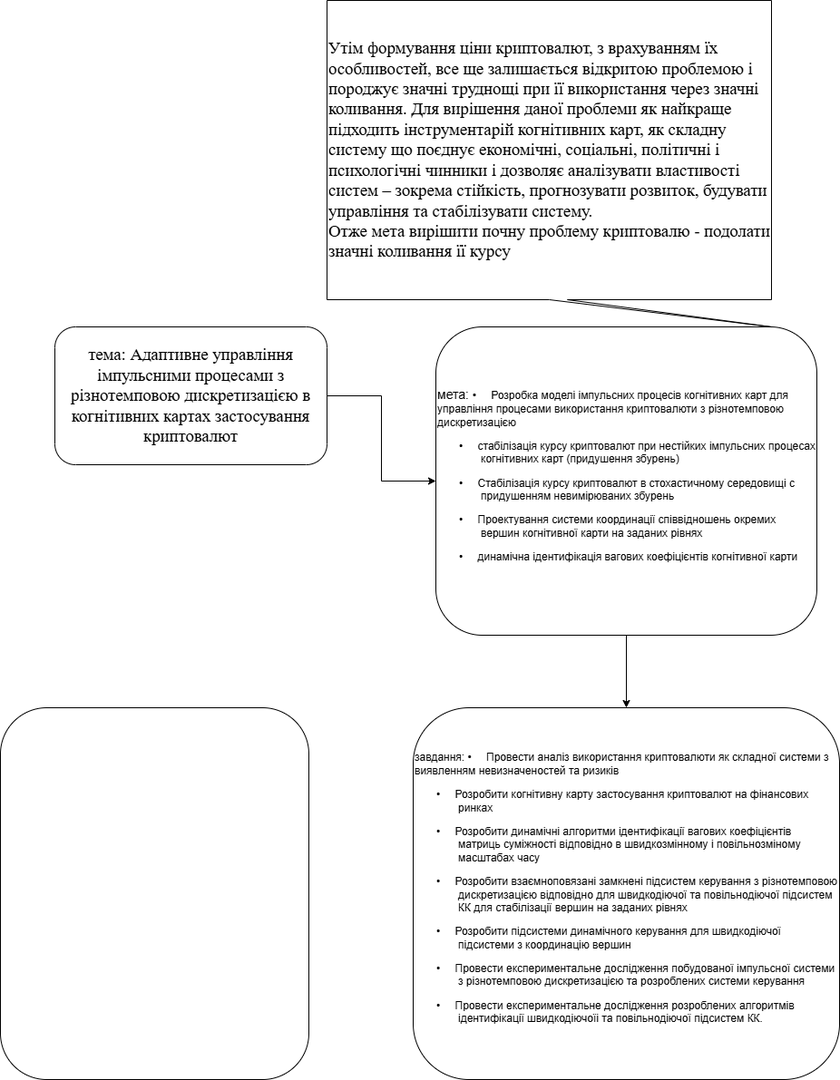
Before: diploma idea.drawio.png, a diagram exported from draw.io (GeorgKantsedal/bitcoin-research). Source tidied: cells renumbered, new cells last; positions are measured from the earlier drawing's top-left corner, leaving out a move shared by most shapes.
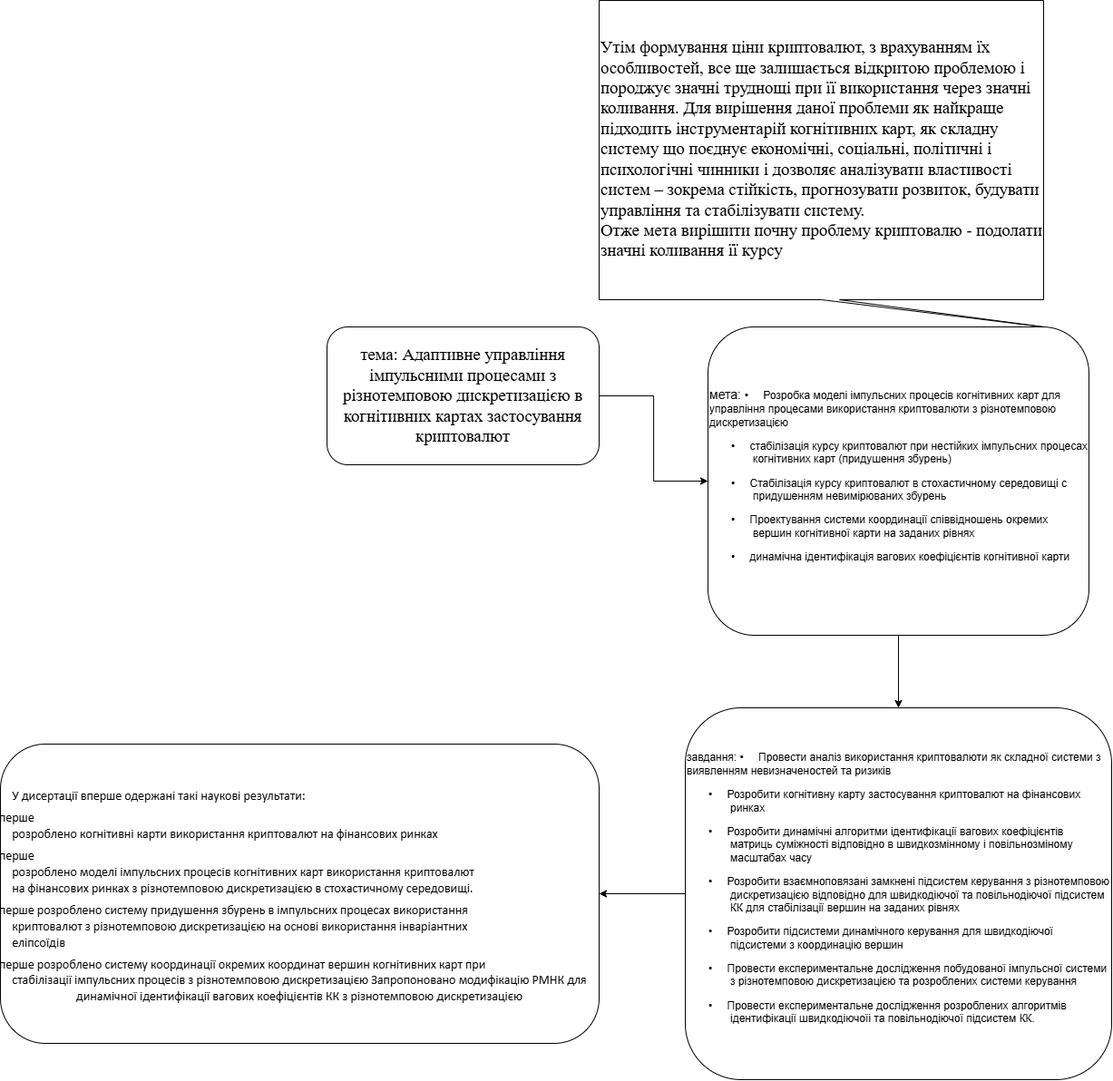
After the commit.

The edit, as a diff of the source:
```diff
@@ -17,11 +17,14 @@
     <mxCell id="6" value="&lt;span style=&quot;font-size:14.0pt;line-height:&lt;br/&gt;150%;font-family:&amp;quot;Times New Roman&amp;quot;,&amp;quot;serif&amp;quot;;mso-fareast-font-family:&amp;quot;Times New Roman&amp;quot;;&lt;br/&gt;mso-ansi-language:UK;mso-fareast-language:EN-US;mso-bidi-language:AR-SA&quot; lang=&quot;UK&quot;&gt;Утім формування ціни криптовалют, з врахуванням їх особливостей, все ще залишається відкритою проблемою і породжує значні труднощі при її використання через значні&lt;br&gt;коливання. Для вирішення даної проблеми як найкраще підходить інструментарій когнітивних карт, як складну систему що поєднує економічні, соціальні, політичні і психологічні чинники і дозволяє аналізувати властивості систем – зокрема стійкість, прогнозувати розвиток, будувати управління та стабілізувати систему.&amp;nbsp;&lt;/span&gt;&lt;div&gt;&lt;span style=&quot;font-size:14.0pt;line-height:&lt;br/&gt;150%;font-family:&amp;quot;Times New Roman&amp;quot;,&amp;quot;serif&amp;quot;;mso-fareast-font-family:&amp;quot;Times New Roman&amp;quot;;&lt;br/&gt;mso-ansi-language:UK;mso-fareast-language:EN-US;mso-bidi-language:AR-SA&quot; lang=&quot;UK&quot;&gt;Отже мета вирішити почну проблему криптовалю - подолати значні коливання її курсу&amp;nbsp;&lt;/span&gt;&lt;/div&gt;" style="shape=callout;whiteSpace=wrap;html=1;perimeter=calloutPerimeter;position2=1;align=left;" parent="1" vertex="1">
       <mxGeometry x="360" width="490" height="360" as="geometry" />
     </mxCell>
+    <mxCell id="9" style="edgeStyle=orthogonalEdgeStyle;rounded=0;jettySize=auto;html=1;exitX=0;exitY=0.5;exitDx=0;exitDy=0;entryX=1;entryY=0.5;entryDx=0;entryDy=0;" parent="1" edge="1" source="7" target="8">
+      <mxGeometry relative="1" as="geometry" />
+    </mxCell>
     <mxCell id="7" value="завдання:&amp;nbsp;&lt;span style=&quot;text-indent: -18pt; background-color: transparent; color: light-dark(rgb(0, 0, 0), rgb(255, 255, 255)); font-family: Arial, &amp;quot;sans-serif&amp;quot;;&quot;&gt;•&lt;span style=&quot;font-variant-numeric: normal; font-variant-east-asian: normal; font-variant-alternates: normal; font-size-adjust: none; font-kerning: auto; font-optical-sizing: auto; font-feature-settings: normal; font-variation-settings: normal; font-variant-position: normal; font-variant-emoji: normal; font-stretch: normal; font-size: 7pt; line-height: normal; font-family: &amp;quot;Times New Roman&amp;quot;;&quot;&gt;&amp;nbsp;&amp;nbsp;&amp;nbsp;&amp;nbsp;&amp;nbsp;&amp;nbsp; &lt;/span&gt;&lt;/span&gt;&lt;span style=&quot;text-indent: -18pt; background-color: transparent; color: light-dark(rgb(0, 0, 0), rgb(255, 255, 255));&quot; lang=&quot;UK&quot;&gt;Провести аналіз використання криптовалюти як складної системи з виявленням невизначеностей та ризиків&lt;/span&gt;&lt;p style=&quot;margin-left:36.0pt;text-indent:-18.0pt;mso-list:l0 level1 lfo1;&lt;br/&gt;tab-stops:list 36.0pt&quot; class=&quot;MsoNormal&quot;&gt;&lt;span style=&quot;font-family:&amp;quot;Arial&amp;quot;,&amp;quot;sans-serif&amp;quot;;&lt;br/&gt;mso-fareast-font-family:Arial;mso-ansi-language:RU&quot;&gt;•&lt;span style=&quot;font-variant-numeric: normal; font-variant-east-asian: normal; font-variant-alternates: normal; font-size-adjust: none; font-kerning: auto; font-optical-sizing: auto; font-feature-settings: normal; font-variation-settings: normal; font-variant-position: normal; font-variant-emoji: normal; font-stretch: normal; font-size: 7pt; line-height: normal; font-family: &amp;quot;Times New Roman&amp;quot;;&quot;&gt;&amp;nbsp;&amp;nbsp;&amp;nbsp;&amp;nbsp;&amp;nbsp;&amp;nbsp; &lt;/span&gt;&lt;/span&gt;&lt;span lang=&quot;UK&quot;&gt;Розробити когнітивну карту застосування криптовалют на фінансових&lt;br&gt;ринках&lt;/span&gt;&lt;/p&gt;&lt;p style=&quot;margin-left:36.0pt;text-indent:-18.0pt;mso-list:l0 level1 lfo1;&lt;br/&gt;tab-stops:list 36.0pt&quot; class=&quot;MsoNormal&quot;&gt;&lt;span style=&quot;font-family:&amp;quot;Arial&amp;quot;,&amp;quot;sans-serif&amp;quot;;&lt;br/&gt;mso-fareast-font-family:Arial;mso-ansi-language:RU&quot;&gt;•&lt;span style=&quot;font-variant-numeric: normal; font-variant-east-asian: normal; font-variant-alternates: normal; font-size-adjust: none; font-kerning: auto; font-optical-sizing: auto; font-feature-settings: normal; font-variation-settings: normal; font-variant-position: normal; font-variant-emoji: normal; font-stretch: normal; font-size: 7pt; line-height: normal; font-family: &amp;quot;Times New Roman&amp;quot;;&quot;&gt;&amp;nbsp;&amp;nbsp;&amp;nbsp;&amp;nbsp;&amp;nbsp;&amp;nbsp; &lt;/span&gt;&lt;/span&gt;&lt;span lang=&quot;UK&quot;&gt;Розробити динамічні алгоритми ідентифікації вагових коефіцієнтів&lt;br&gt;матриць суміжності відповідно в швидкозмінному і повільнозміному масштабах часу&lt;/span&gt;&lt;/p&gt;&lt;p style=&quot;margin-left:36.0pt;text-indent:-18.0pt;mso-list:l0 level1 lfo1;&lt;br/&gt;tab-stops:list 36.0pt&quot; class=&quot;MsoNormal&quot;&gt;&lt;span style=&quot;font-family:&amp;quot;Arial&amp;quot;,&amp;quot;sans-serif&amp;quot;;&lt;br/&gt;mso-fareast-font-family:Arial;mso-ansi-language:RU&quot;&gt;•&lt;span style=&quot;font-variant-numeric: normal; font-variant-east-asian: normal; font-variant-alternates: normal; font-size-adjust: none; font-kerning: auto; font-optical-sizing: auto; font-feature-settings: normal; font-variation-settings: normal; font-variant-position: normal; font-variant-emoji: normal; font-stretch: normal; font-size: 7pt; line-height: normal; font-family: &amp;quot;Times New Roman&amp;quot;;&quot;&gt;&amp;nbsp;&amp;nbsp;&amp;nbsp;&amp;nbsp;&amp;nbsp;&amp;nbsp; &lt;/span&gt;&lt;/span&gt;&lt;span lang=&quot;UK&quot;&gt;Розробити взаємноповязані замкнені підсистем керування з різнотемповою дискретизацією відповідно для швидкодіючої та повільнодіючої підсистем КК для стабілізації вершин на заданих рівнях&lt;/span&gt;&lt;/p&gt;&lt;p style=&quot;margin-left:36.0pt;text-indent:-18.0pt;mso-list:l0 level1 lfo1;&lt;br/&gt;tab-stops:list 36.0pt&quot; class=&quot;MsoNormal&quot;&gt;&lt;span style=&quot;font-family:&amp;quot;Arial&amp;quot;,&amp;quot;sans-serif&amp;quot;;&lt;br/&gt;mso-fareast-font-family:Arial;mso-ansi-language:RU&quot;&gt;•&lt;span style=&quot;font-variant-numeric: normal; font-variant-east-asian: normal; font-variant-alternates: normal; font-size-adjust: none; font-kerning: auto; font-optical-sizing: auto; font-feature-settings: normal; font-variation-settings: normal; font-variant-position: normal; font-variant-emoji: normal; font-stretch: normal; font-size: 7pt; line-height: normal; font-family: &amp;quot;Times New Roman&amp;quot;;&quot;&gt;&amp;nbsp;&amp;nbsp;&amp;nbsp;&amp;nbsp;&amp;nbsp;&amp;nbsp; &lt;/span&gt;&lt;/span&gt;&lt;span lang=&quot;UK&quot;&gt;Розробити підсистеми динамічного керування для швидкодіючої підсистеми з координацію вершин&lt;/span&gt;&lt;/p&gt;&lt;p style=&quot;margin-left:36.0pt;text-indent:-18.0pt;mso-list:l0 level1 lfo1;&lt;br/&gt;tab-stops:list 36.0pt&quot; class=&quot;MsoNormal&quot;&gt;&lt;span style=&quot;font-family:&amp;quot;Arial&amp;quot;,&amp;quot;sans-serif&amp;quot;;&lt;br/&gt;mso-fareast-font-family:Arial;mso-ansi-language:RU&quot;&gt;•&lt;span style=&quot;font-variant-numeric: normal; font-variant-east-asian: normal; font-variant-alternates: normal; font-size-adjust: none; font-kerning: auto; font-optical-sizing: auto; font-feature-settings: normal; font-variation-settings: normal; font-variant-position: normal; font-variant-emoji: normal; font-stretch: normal; font-size: 7pt; line-height: normal; font-family: &amp;quot;Times New Roman&amp;quot;;&quot;&gt;&amp;nbsp;&amp;nbsp;&amp;nbsp;&amp;nbsp;&amp;nbsp;&amp;nbsp; &lt;/span&gt;&lt;/span&gt;&lt;span lang=&quot;UK&quot;&gt;Провести експериментальне дослідження побудованої імпульсної системи з різнотемповою дискретизацією та розроблених системи керування&lt;/span&gt;&lt;/p&gt;&lt;p style=&quot;margin-left:36.0pt;text-indent:-18.0pt;mso-list:l0 level1 lfo1;&lt;br/&gt;tab-stops:list 36.0pt&quot; class=&quot;MsoNormal&quot;&gt;&lt;span style=&quot;font-family:&amp;quot;Arial&amp;quot;,&amp;quot;sans-serif&amp;quot;;&lt;br/&gt;mso-fareast-font-family:Arial;mso-ansi-language:RU&quot;&gt;•&lt;span style=&quot;font-variant-numeric: normal; font-variant-east-asian: normal; font-variant-alternates: normal; font-size-adjust: none; font-kerning: auto; font-optical-sizing: auto; font-feature-settings: normal; font-variation-settings: normal; font-variant-position: normal; font-variant-emoji: normal; font-stretch: normal; font-size: 7pt; line-height: normal; font-family: &amp;quot;Times New Roman&amp;quot;;&quot;&gt;&amp;nbsp;&amp;nbsp;&amp;nbsp;&amp;nbsp;&amp;nbsp;&amp;nbsp; &lt;/span&gt;&lt;/span&gt;&lt;span lang=&quot;UK&quot;&gt;Провести експериментальне дослідження розроблених алгоритмів&lt;br&gt;ідентифікації швидкодіючоїі та повільнодіючої підсистем КК.&lt;/span&gt;&lt;/p&gt;" style="rounded=1;whiteSpace=wrap;html=1;align=left;" parent="1" vertex="1">
       <mxGeometry x="455" y="780" width="470" height="410" as="geometry" />
     </mxCell>
-    <mxCell id="8" style="rounded=1;whiteSpace=wrap;html=1;" parent="1" vertex="1">
-      <mxGeometry y="780" width="340" height="410" as="geometry" />
+    <mxCell id="8" value="&lt;p style=&quot;language:ru;margin-top:5.28pt;margin-bottom:0pt;margin-left:0in;&lt;br/&gt;text-indent:0in;text-align:left;direction:ltr;unicode-bidi:embed;mso-line-break-override:&lt;br/&gt;none;word-break:normal;punctuation-wrap:hanging&quot;&gt;&lt;span style=&quot;font-family: Calibri;&quot;&gt;&lt;font style=&quot;color: light-dark(rgb(0, 0, 0), rgb(253, 253, 253)); font-size: 14px;&quot;&gt;У дисертації вперше одержані такі наукові результати:&amp;nbsp;&lt;/font&gt;&lt;/span&gt;&lt;/p&gt;&lt;div style=&quot;language:ru;margin-top:4.8pt;margin-bottom:0pt;margin-left:&lt;br/&gt;.81in;text-indent:-.31in;text-align:left;direction:ltr;unicode-bidi:embed;&lt;br/&gt;mso-line-break-override:none;word-break:normal;punctuation-wrap:hanging&quot; class=&quot;O1&quot;&gt;&lt;font style=&quot;color: light-dark(rgb(0, 0, 0), rgb(253, 253, 253)); font-size: 14px;&quot;&gt;&lt;span style=&quot;mso-special-format:bullet;font-family:&lt;br/&gt;Arial&quot;&gt;–&lt;/span&gt;&lt;span style=&quot;font-family: Calibri;&quot;&gt;Вперше&lt;br&gt;розроблено когнітивні карти використання криптовалют на фінансових ринках&lt;/span&gt;&lt;/font&gt;&lt;/div&gt;&lt;div style=&quot;language:ru;margin-top:4.8pt;margin-bottom:0pt;margin-left:&lt;br/&gt;.81in;text-indent:-.31in;text-align:left;direction:ltr;unicode-bidi:embed;&lt;br/&gt;mso-line-break-override:none;word-break:normal;punctuation-wrap:hanging&quot; class=&quot;O1&quot;&gt;&lt;font style=&quot;color: light-dark(rgb(0, 0, 0), rgb(253, 253, 253)); font-size: 14px;&quot;&gt;&lt;span style=&quot;mso-special-format:bullet;font-family:&lt;br/&gt;Arial&quot;&gt;–&lt;/span&gt;&lt;span style=&quot;font-family: Calibri;&quot;&gt;Вперше&lt;br&gt;розроблено моделі імпульсних процесів когнітивних карт використання криптовалют&lt;br&gt;на фінансових ринках з різнотемповою дискретизацією в стохастичному середовищі.&lt;/span&gt;&lt;/font&gt;&lt;/div&gt;&lt;div style=&quot;language:ru;margin-top:4.8pt;margin-bottom:0pt;margin-left:&lt;br/&gt;.81in;text-indent:-.31in;text-align:left;direction:ltr;unicode-bidi:embed;&lt;br/&gt;mso-line-break-override:none;word-break:normal;punctuation-wrap:hanging&quot; class=&quot;O1&quot;&gt;&lt;font style=&quot;color: light-dark(rgb(0, 0, 0), rgb(253, 253, 253)); font-size: 14px;&quot;&gt;&lt;span style=&quot;mso-special-format:bullet;font-family:&lt;br/&gt;Arial&quot;&gt;–&lt;/span&gt;&lt;span style=&quot;font-family: Calibri;&quot;&gt;Вперше розроблено систему придушення збурень в імпульсних процесах використання&lt;br&gt;криптовалют з різнотемповою дискретизацією на основі використання інваріантних&lt;br&gt;еліпсоїдів&lt;/span&gt;&lt;/font&gt;&lt;/div&gt;&lt;div style=&quot;language:ru;margin-top:4.8pt;margin-bottom:0pt;margin-left:&lt;br/&gt;.81in;text-indent:-.31in;text-align:left;direction:ltr;unicode-bidi:embed;&lt;br/&gt;mso-line-break-override:none;word-break:normal;punctuation-wrap:hanging&quot; class=&quot;O1&quot;&gt;&lt;font style=&quot;color: light-dark(rgb(0, 0, 0), rgb(253, 253, 253)); font-size: 14px;&quot;&gt;&lt;span style=&quot;mso-special-format:bullet;font-family:&lt;br/&gt;Arial&quot;&gt;–&lt;/span&gt;&lt;span style=&quot;font-family: Calibri;&quot;&gt;Вперше розроблено систему координації окремих координат вершин когнітивних карт при&lt;br&gt;стабілізації імпульсних процесів з різнотемповою дискретизацією&amp;nbsp;&lt;/span&gt;&lt;/font&gt;&lt;span style=&quot;color: light-dark(rgb(0, 0, 0), rgb(253, 253, 253)); font-family: Calibri; font-size: 14px; background-color: transparent; text-align: center;&quot;&gt;Запропоновано модифікацію РМНК для&lt;/span&gt;&lt;/div&gt;&lt;font style=&quot;font-size: 14px;&quot;&gt;&lt;span style=&quot;font-family: Calibri;&quot;&gt;&lt;font style=&quot;color: light-dark(rgb(0, 0, 0), rgb(253, 253, 253));&quot;&gt;динамічної ідентифікації вагових коефіцієнтів КК з різнотемповою дискретизацією&lt;/font&gt;&lt;/span&gt;&lt;/font&gt;" style="rounded=1;whiteSpace=wrap;html=1;" parent="1" vertex="1">
+      <mxGeometry x="-300" y="820" width="660" height="330" as="geometry" />
     </mxCell>
   </root>
 </mxGraphModel>
```
